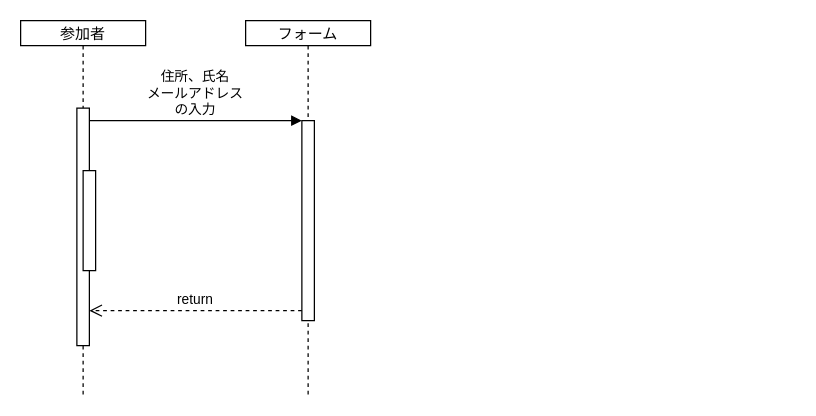
Methanon46/drawings keeps this draw.io diagram as Untitled Diagram.drawio. Above is the earlier version. Source tidied: cells renumbered, new cells numbered last; positions are measured from the earlier drawing's top-left corner, leaving out a move shared by most shapes. Both pictures are drawn from the tidied source at 125%, with x=0, y=0 at pixel (20, 20).
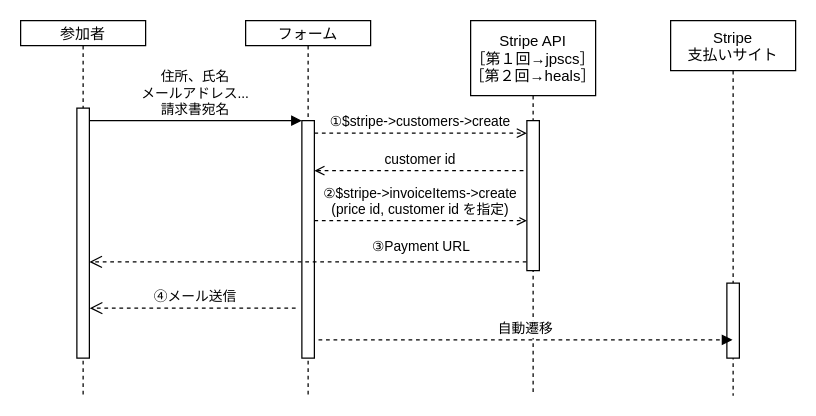
The same page after the edit.

Unchanged cells that the change refers to:
```xml
<mxCell id="2" value="参加者" style="shape=umlLifeline;perimeter=lifelinePerimeter;rounded=0;shadow=0;strokeWidth=1;size=20;" parent="1" vertex="1">
  <mxGeometry width="100" height="300" as="geometry" />
</mxCell>
<mxCell id="5" value="フォーム" style="shape=umlLifeline;perimeter=lifelinePerimeter;rounded=0;shadow=0;strokeWidth=1;size=20;" parent="1" vertex="1">
  <mxGeometry x="180" width="100" height="300" as="geometry" />
</mxCell>
```

Change to the diagram source:
```diff
@@
     <mxCell id="3" style="points=[];perimeter=orthogonalPerimeter;rounded=0;shadow=0;strokeWidth=1;" parent="2" vertex="1">
-      <mxGeometry x="45" y="70" width="10" height="190" as="geometry" />
+      <mxGeometry x="45" y="70" width="10" height="200" as="geometry" />
     </mxCell>
-    <mxCell id="4" style="perimeter=orthogonalPerimeter;rounded=0;shadow=0;strokeWidth=1;" parent="2" vertex="1">
-      <mxGeometry x="50" y="120" width="10" height="80" as="geometry" />
-    </mxCell>
@@
     <mxCell id="6" style="points=[];perimeter=orthogonalPerimeter;rounded=0;shadow=0;strokeWidth=1;" parent="5" vertex="1">
-      <mxGeometry x="45" y="80" width="10" height="160" as="geometry" />
+      <mxGeometry x="45" y="80" width="10" height="190" as="geometry" />
     </mxCell>
-    <mxCell id="7" value="return" style="verticalAlign=bottom;endArrow=open;dashed=1;endSize=8;exitX=0;exitY=0.95;shadow=0;strokeWidth=1;" parent="1" edge="1" source="6" target="3">
-      <mxGeometry relative="1" as="geometry" />
+    <mxCell id="7" value="③Payment URL" style="verticalAlign=bottom;endArrow=open;dashed=1;endSize=8;exitX=-0.029;exitY=0.942;shadow=0;strokeWidth=1;exitDx=0;exitDy=0;exitPerimeter=0;" parent="1" edge="1" source="10" target="3">
+      <mxGeometry x="-0.52" y="-3" relative="1" as="geometry" />
     </mxCell>
-    <mxCell id="8" value="住所、氏名&#10;メールアドレス&#10;の入力" style="verticalAlign=bottom;endArrow=block;entryX=0;entryY=0;shadow=0;strokeWidth=1;" parent="1" edge="1" source="3" target="6">
+    <mxCell id="8" value="住所、氏名&#10;メールアドレス...&#10;請求書宛名" style="verticalAlign=bottom;endArrow=block;entryX=0;entryY=0;shadow=0;strokeWidth=1;" parent="1" edge="1" source="3" target="6">
       <mxGeometry relative="1" as="geometry" />
     </mxCell>
+    <mxCell id="9" value="Stripe API&#10;［第１回→jpscs］&#10;［第２回→heals］" style="shape=umlLifeline;perimeter=lifelinePerimeter;rounded=0;shadow=0;strokeWidth=1;size=60;" parent="1" vertex="1">
+      <mxGeometry x="360" width="100" height="300" as="geometry" />
+    </mxCell>
+    <mxCell id="10" style="points=[];perimeter=orthogonalPerimeter;rounded=0;shadow=0;strokeWidth=1;" parent="9" vertex="1">
+      <mxGeometry x="45" y="80" width="10" height="120" as="geometry" />
+    </mxCell>
+    <mxCell id="11" value="②$stripe-&gt;invoiceItems-&gt;create&#10;(price id, customer id を指定)" style="verticalAlign=bottom;endArrow=open;entryX=0;entryY=0;shadow=0;strokeWidth=1;dashed=1;endFill=0;" parent="9" edge="1">
+      <mxGeometry relative="1" as="geometry">
+        <mxPoint x="-125" y="160" as="sourcePoint" />
+        <mxPoint x="45" y="160" as="targetPoint" />
+      </mxGeometry>
+    </mxCell>
+    <mxCell id="12" value="①$stripe-&gt;customers-&gt;create" style="verticalAlign=bottom;endArrow=open;entryX=0;entryY=0;shadow=0;strokeWidth=1;dashed=1;endFill=0;" parent="1" edge="1">
+      <mxGeometry relative="1" as="geometry">
+        <mxPoint x="235" y="90" as="sourcePoint" />
+        <mxPoint x="405" y="90" as="targetPoint" />
+      </mxGeometry>
+    </mxCell>
+    <mxCell id="13" value="Stripe&#10;支払いサイト" style="shape=umlLifeline;perimeter=lifelinePerimeter;rounded=0;shadow=0;strokeWidth=1;size=40;" parent="1" vertex="1">
+      <mxGeometry x="520" width="100" height="300" as="geometry" />
+    </mxCell>
+    <mxCell id="14" style="perimeter=orthogonalPerimeter;rounded=0;shadow=0;strokeWidth=1;direction=west;" parent="13" vertex="1">
+      <mxGeometry x="45" y="210" width="10" height="60" as="geometry" />
+    </mxCell>
+    <mxCell id="15" value="自動遷移" style="verticalAlign=bottom;endArrow=block;shadow=0;strokeWidth=1;dashed=1;exitX=1.331;exitY=0.923;exitDx=0;exitDy=0;exitPerimeter=0;" parent="1" edge="1" source="6" target="13">
+      <mxGeometry relative="1" as="geometry" />
+    </mxCell>
+    <mxCell id="16" value="customer id" style="verticalAlign=bottom;endArrow=none;entryX=0;entryY=0;shadow=0;strokeWidth=1;dashed=1;endFill=0;startArrow=open;startFill=0;" parent="1" edge="1">
+      <mxGeometry relative="1" as="geometry">
+        <mxPoint x="235" y="120" as="sourcePoint" />
+        <mxPoint x="405" y="120" as="targetPoint" />
+      </mxGeometry>
+    </mxCell>
+    <mxCell id="17" value="④メール送信" style="verticalAlign=bottom;endArrow=open;dashed=1;endSize=8;shadow=0;strokeWidth=1;" parent="1" edge="1">
+      <mxGeometry x="-0.03" relative="1" as="geometry">
+        <mxPoint x="220" y="230" as="sourcePoint" />
+        <mxPoint x="55.3" y="230" as="targetPoint" />
+      </mxGeometry>
+    </mxCell>
```
